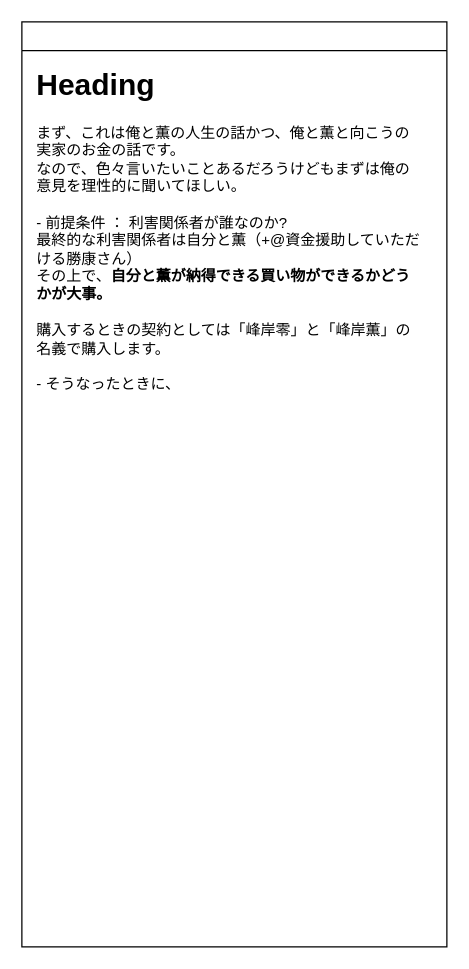
Before: draw.io/psy_case.drawio in minegishirei/psy, a draw.io diagram. Source tidied: cells renumbered, new cells numbered last; positions are measured from the earlier drawing's top-left corner, leaving out a move shared by most shapes. Both pictures are drawn from the tidied source at 125%, with x=0, y=0 at pixel (21, 21).
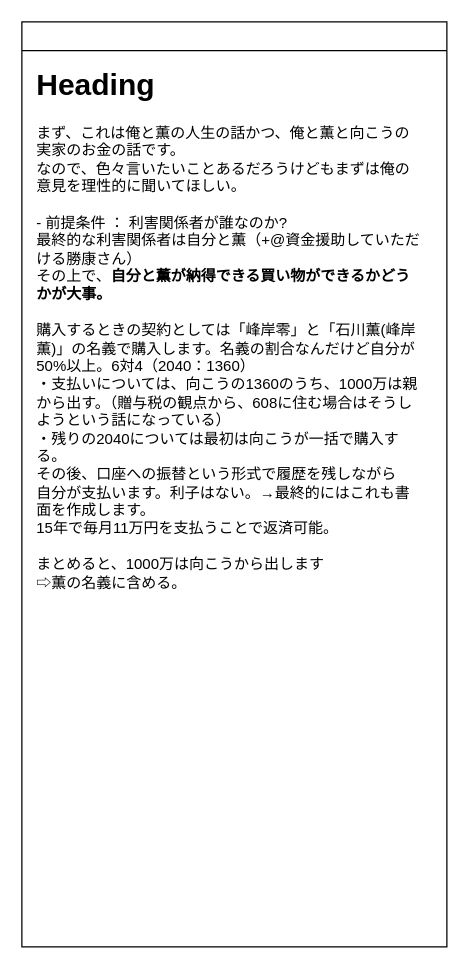
The same page after the edit.

Commit message (it also covers changes not shown here):
psy_case.drawio を更新します

Diff of the diagram source:
```diff
@@
 <mxGraphModel>
   <root>
     <mxCell id="0" />
     <mxCell id="1" parent="0" />
     <mxCell id="2" style="swimlane;whiteSpace=wrap;html=1;" parent="1" vertex="1">
       <mxGeometry width="340" height="740" as="geometry" />
     </mxCell>
-    <mxCell id="3" value="&lt;h1 style=&quot;margin-top: 0px;&quot;&gt;Heading&lt;/h1&gt;&lt;div&gt;まず、これは俺と薫の人生の話かつ、俺と薫と向こうの実家のお金の話です。&lt;/div&gt;&lt;div&gt;なので、色々言いたいことあるだろうけどもまずは俺の意見を理性的に聞いてほしい。&lt;/div&gt;&lt;div&gt;&lt;br&gt;&lt;/div&gt;&lt;div&gt;- 前提条件 ： 利害関係者が誰なのか?&lt;/div&gt;&lt;div&gt;最終的な利害関係者は自分と薫（+@資金援助していただける勝康さん）&lt;br&gt;&lt;/div&gt;&lt;div&gt;その上で、&lt;b&gt;自分と薫が納得できる買い物ができるかどうかが大事。&lt;/b&gt;&lt;/div&gt;&lt;div&gt;&lt;br&gt;&lt;/div&gt;&lt;div&gt;購入するときの契約としては「峰岸零」と「峰岸薫」の名義で購入します。&lt;/div&gt;&lt;div&gt;&lt;br&gt;&lt;/div&gt;&lt;div&gt;- そうなったときに、&lt;/div&gt;" style="text;html=1;whiteSpace=wrap;overflow=hidden;rounded=0;" parent="2" vertex="1">
+    <mxCell id="3" value="&lt;h1 style=&quot;margin-top: 0px;&quot;&gt;Heading&lt;/h1&gt;&lt;div&gt;まず、これは俺と薫の人生の話かつ、俺と薫と向こうの実家のお金の話です。&lt;/div&gt;&lt;div&gt;なので、色々言いたいことあるだろうけどもまずは俺の意見を理性的に聞いてほしい。&lt;/div&gt;&lt;div&gt;&lt;br&gt;&lt;/div&gt;&lt;div&gt;- 前提条件 ： 利害関係者が誰なのか?&lt;/div&gt;&lt;div&gt;最終的な利害関係者は自分と薫（+@資金援助していただける勝康さん）&lt;br&gt;&lt;/div&gt;&lt;div&gt;その上で、&lt;b&gt;自分と薫が納得できる買い物ができるかどうかが大事。&lt;/b&gt;&lt;/div&gt;&lt;div&gt;&lt;br&gt;&lt;/div&gt;&lt;div&gt;購入するときの契約としては「峰岸零」と「石川薫(峰岸薫)」の名義で購入します。名義の割合なんだけど自分が50%以上。6対4（&lt;span style=&quot;background-color: initial;&quot;&gt;2040&lt;/span&gt;&lt;span style=&quot;background-color: initial;&quot;&gt;：&lt;/span&gt;&lt;span style=&quot;background-color: initial;&quot;&gt;1360&lt;/span&gt;&lt;span style=&quot;background-color: initial;&quot;&gt;）&lt;/span&gt;&lt;/div&gt;&lt;div&gt;・支払いについては、向こうの1360のうち、1000万は親から出す。（贈与税の観点から、608に住む場合はそうしようという話になっている）&lt;/div&gt;&lt;div&gt;・残りの2040については最初は向こうが一括で購入する。&lt;/div&gt;&lt;div&gt;その後、口座への振替という形式で履歴を残しながら&lt;/div&gt;&lt;div&gt;自分が支払います。利子はない。→最終的にはこれも書面を作成します。&lt;/div&gt;&lt;div&gt;15年で毎月11万円を支払うことで返済可能。&lt;/div&gt;&lt;div&gt;&lt;br&gt;&lt;/div&gt;&lt;div&gt;まとめると、1000万は向こうから出します&lt;/div&gt;&lt;div&gt;⇨薫の名義に含める。&lt;/div&gt;&lt;div&gt;&lt;br&gt;&lt;/div&gt;&lt;div&gt;&lt;br&gt;&lt;/div&gt;&lt;div&gt;&lt;span style=&quot;white-space: pre;&quot;&gt;&#9;&lt;/span&gt;&lt;br&gt;&lt;/div&gt;" style="text;html=1;whiteSpace=wrap;overflow=hidden;rounded=0;" parent="2" vertex="1">
       <mxGeometry x="10" y="30" width="310" height="700" as="geometry" />
     </mxCell>
   </root>
 </mxGraphModel>
```
